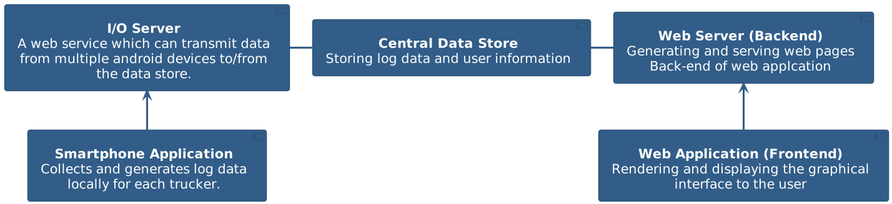
Earlier version of the PlantUML export docs/report/diag/hypothesis.png (tevoza/fleet-tracker). The source it was exported from:
```plantuml
@startuml
!theme sandstone
skinparam defaultTextAlignment center
skinparam defaultFontSize 20

component android_app [
<b>Smartphone Application</b>
Collects and generates log data
locally for each trucker.
]

component io_server [
<b>I/O Server</b>
A web service which can transmit data
from multiple android devices to/from
the data store.
]

component db [
<b>Central Data Store</b>
Storing log data and user information
]

component web_server [
<b>Web Server (Backend)</b>
Generating and serving web pages
Back-end of web applcation
]

component web_app [
<b>Web Application (Frontend)</b>
Rendering and displaying the graphical
interface to the user
]

android_app -up-> io_server
io_server -r- db
db -r- web_server
web_app -up-> web_server

@enduml
```
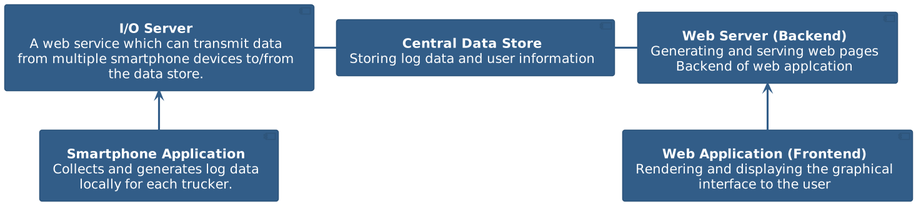
The same file after the commit.

Diff of the diagram source:
```diff
@@ -12,7 +12,7 @@
 component io_server [
 <b>I/O Server</b>
 A web service which can transmit data
-from multiple android devices to/from
+from multiple smartphone devices to/from
 the data store.
 ]
 
@@ -24,7 +24,7 @@
 component web_server [
 <b>Web Server (Backend)</b>
 Generating and serving web pages
-Back-end of web applcation
+Backend of web applcation
 ]
 
 component web_app [
```
